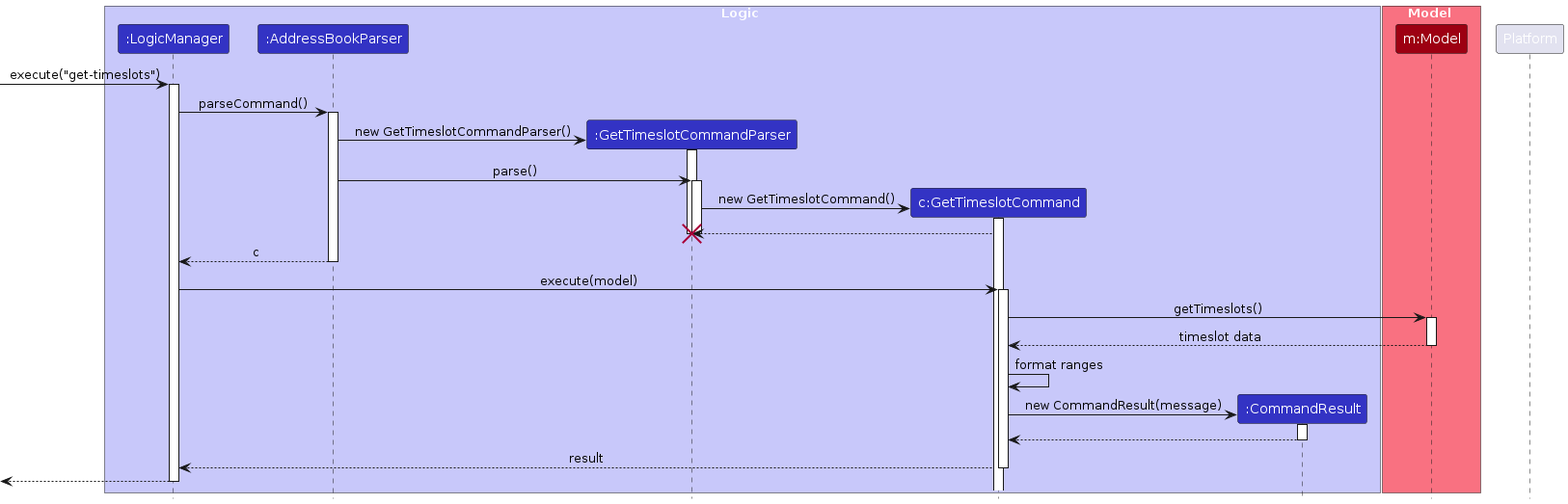
Above: diagrams/Timeslots/GetTimeslotsSequenceDiagram.png in AY2526S1-CS2103T-T09-3/tp (PlantUML), before the change. Its source is kept beside it as diagrams/Timeslots/GetTimeslotsSequenceDiagram.puml.
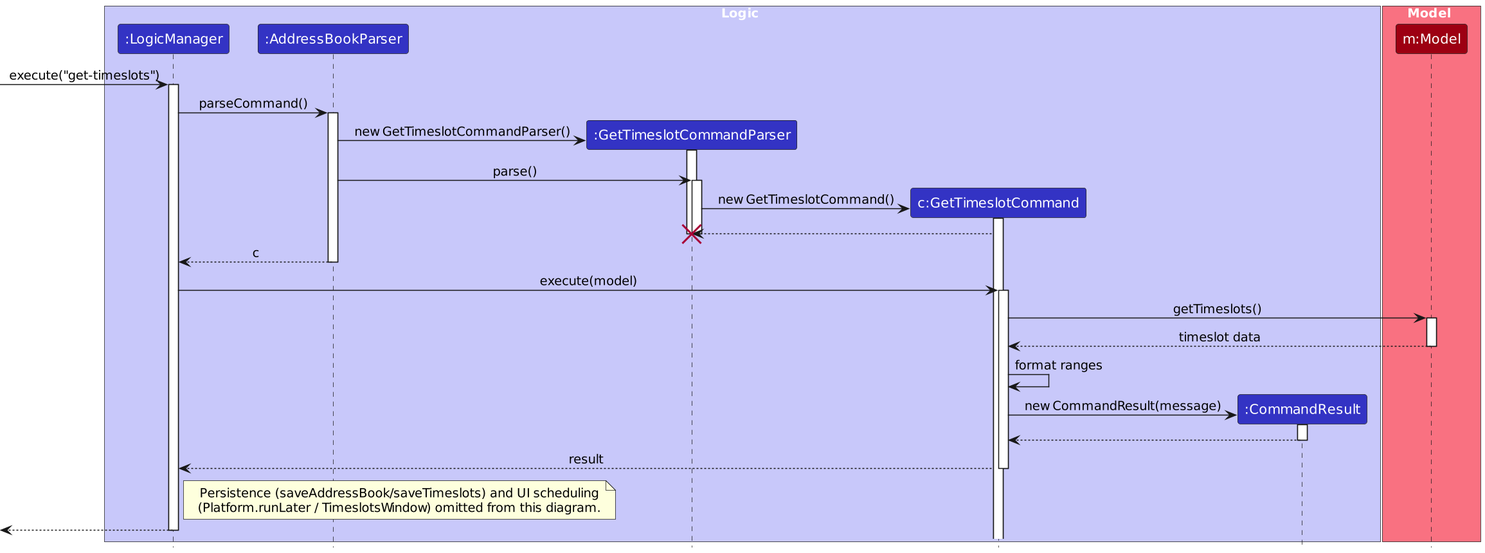
Later version of the same file.

Change to the diagram source:
```diff
@@ -14,7 +14,6 @@
 participant "m:Model" as Model MODEL_COLOR
 end box
 
-participant "Platform" as Platform
 
 [-> LogicManager : execute("get-timeslots")
 activate LogicManager
@@ -58,8 +57,13 @@
 GetTimeslotCommand --> LogicManager : result
 deactivate GetTimeslotCommand
 
+note right of LogicManager
+  Persistence (saveAddressBook/saveTimeslots) and UI scheduling
+  (Platform.runLater / TimeslotsWindow) omitted from this diagram.
+end note
 
 [<-- LogicManager
 deactivate LogicManager
 
+scale 1.5
 @enduml
```
